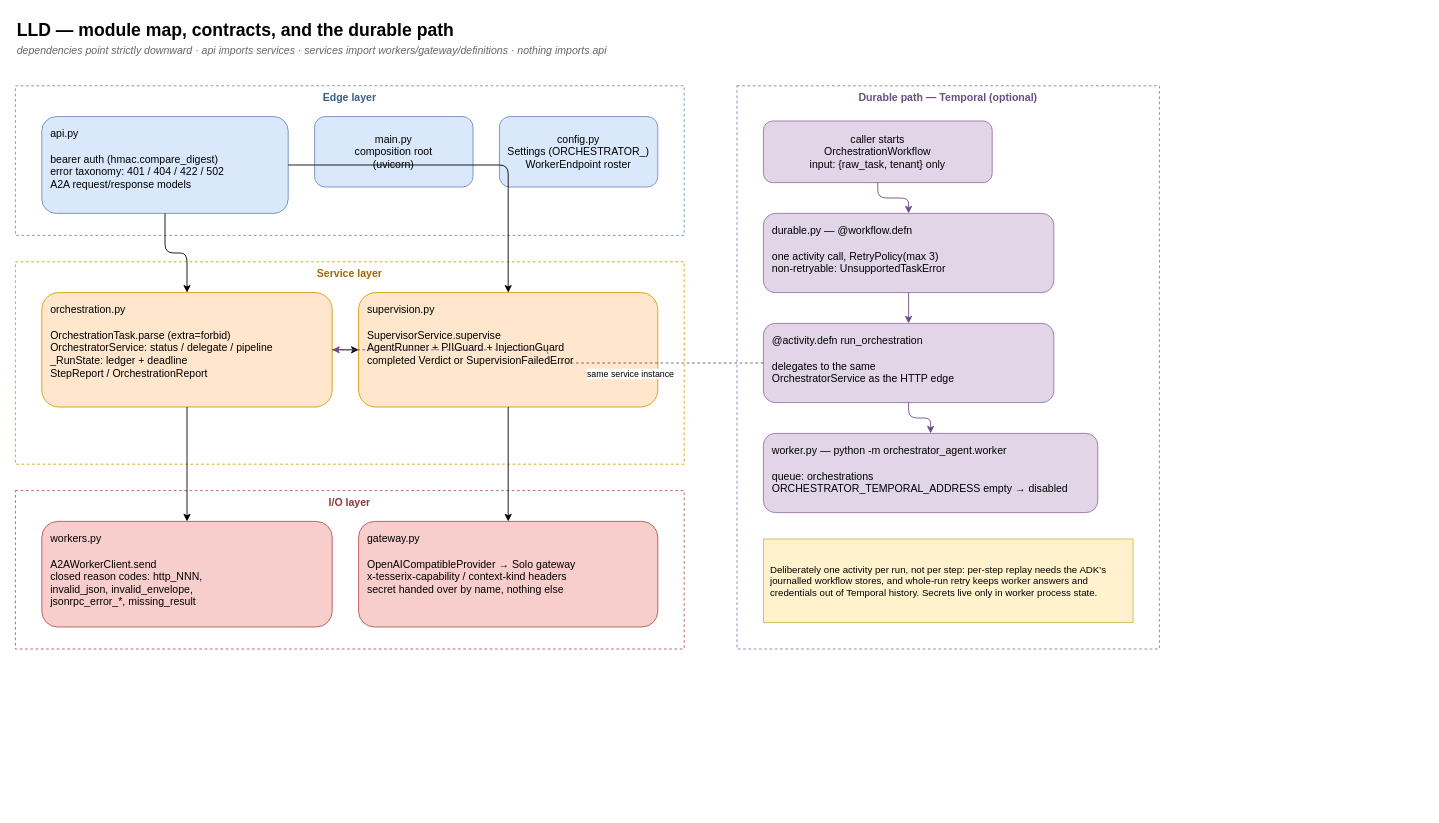
Earlier version of the draw.io diagram page "04 Modules and Durable Path" (4 of 4) of docs/diagrams/australis-orchestration.drawio (tesserix/australis). Source tidied: cells renumbered, new cells numbered last; positions are measured from the earlier drawing's top-left corner, leaving out a move shared by most shapes. Both pictures are drawn from the tidied source at 88%, with x=0, y=0 at pixel (15, 15).
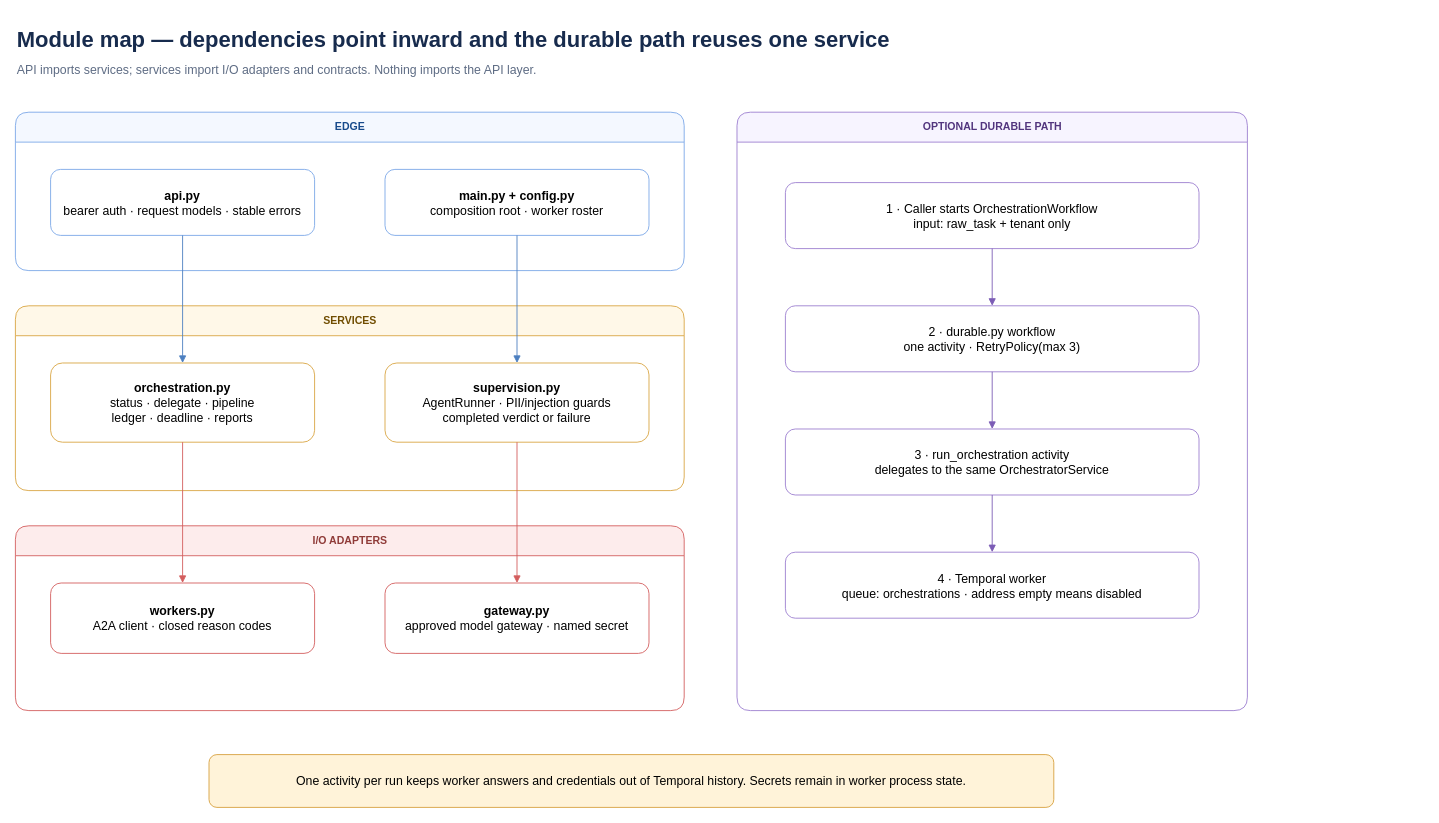
Above is the later version.

Commit message (it also covers changes not shown here):
docs: refine architecture and orchestration diagrams (#27)

What changed in the source:
```diff
@@
-    <mxCell id="2" value="LLD — module map, contracts, and the durable path" style="text;html=1;strokeColor=none;fillColor=none;align=left;verticalAlign=middle;fontSize=20;fontStyle=1;" parent="1" vertex="1">
-      <mxGeometry width="1200" height="32" as="geometry" />
-    </mxCell>
-    <mxCell id="3" value="dependencies point strictly downward · api imports services · services import workers/gateway/definitions · nothing imports api" style="text;html=1;strokeColor=none;fillColor=none;align=left;verticalAlign=middle;fontSize=12;fontStyle=2;fontColor=#666666;" parent="1" vertex="1">
-      <mxGeometry y="30" width="1600" height="20" as="geometry" />
-    </mxCell>
-    <mxCell id="4" value="Edge layer" style="rounded=0;whiteSpace=wrap;html=1;fillColor=none;strokeColor=#6c8ebf;dashed=1;verticalAlign=top;fontStyle=1;fontColor=#3b5c8a;" parent="1" vertex="1">
-      <mxGeometry y="80" width="760" height="170" as="geometry" />
-    </mxCell>
-    <mxCell id="5" value="api.py&#10;&#10;bearer auth (hmac.compare_digest)&#10;error taxonomy: 401 / 404 / 422 / 502&#10;A2A request/response models" style="rounded=1;whiteSpace=wrap;html=1;fillColor=#dae8fc;strokeColor=#6c8ebf;verticalAlign=top;spacingTop=6;align=left;spacingLeft=8;" parent="1" vertex="1">
-      <mxGeometry x="30" y="115" width="280" height="110" as="geometry" />
-    </mxCell>
-    <mxCell id="6" value="main.py&#10;composition root&#10;(uvicorn)" style="rounded=1;whiteSpace=wrap;html=1;fillColor=#dae8fc;strokeColor=#6c8ebf;" parent="1" vertex="1">
-      <mxGeometry x="340" y="115" width="180" height="80" as="geometry" />
-    </mxCell>
-    <mxCell id="7" value="config.py&#10;Settings (ORCHESTRATOR_)&#10;WorkerEndpoint roster" style="rounded=1;whiteSpace=wrap;html=1;fillColor=#dae8fc;strokeColor=#6c8ebf;" parent="1" vertex="1">
-      <mxGeometry x="550" y="115" width="180" height="80" as="geometry" />
-    </mxCell>
-    <mxCell id="8" value="Service layer" style="rounded=0;whiteSpace=wrap;html=1;fillColor=none;strokeColor=#d79b00;dashed=1;verticalAlign=top;fontStyle=1;fontColor=#a06800;" parent="1" vertex="1">
-      <mxGeometry y="280" width="760" height="230" as="geometry" />
-    </mxCell>
-    <mxCell id="9" value="orchestration.py&#10;&#10;OrchestrationTask.parse (extra=forbid)&#10;OrchestratorService: status / delegate / pipeline&#10;_RunState: ledger + deadline&#10;StepReport / OrchestrationReport" style="rounded=1;whiteSpace=wrap;html=1;fillColor=#ffe6cc;strokeColor=#d79b00;verticalAlign=top;spacingTop=6;align=left;spacingLeft=8;" parent="1" vertex="1">
-      <mxGeometry x="30" y="315" width="330" height="130" as="geometry" />
-    </mxCell>
-    <mxCell id="10" value="supervision.py&#10;&#10;SupervisorService.supervise&#10;AgentRunner + PIIGuard + InjectionGuard&#10;completed Verdict or SupervisionFailedError" style="rounded=1;whiteSpace=wrap;html=1;fillColor=#ffe6cc;strokeColor=#d79b00;verticalAlign=top;spacingTop=6;align=left;spacingLeft=8;" parent="1" vertex="1">
-      <mxGeometry x="390" y="315" width="340" height="130" as="geometry" />
-    </mxCell>
-    <mxCell id="11" value="I/O layer" style="rounded=0;whiteSpace=wrap;html=1;fillColor=none;strokeColor=#b85450;dashed=1;verticalAlign=top;fontStyle=1;fontColor=#8f3b38;" parent="1" vertex="1">
-      <mxGeometry y="540" width="760" height="180" as="geometry" />
-    </mxCell>
-    <mxCell id="12" value="workers.py&#10;&#10;A2AWorkerClient.send&#10;closed reason codes: http_NNN,&#10;invalid_json, invalid_envelope,&#10;jsonrpc_error_*, missing_result" style="rounded=1;whiteSpace=wrap;html=1;fillColor=#f8cecc;strokeColor=#b85450;verticalAlign=top;spacingTop=6;align=left;spacingLeft=8;" parent="1" vertex="1">
-      <mxGeometry x="30" y="575" width="330" height="120" as="geometry" />
-    </mxCell>
-    <mxCell id="13" value="gateway.py&#10;&#10;OpenAICompatibleProvider → Solo gateway&#10;x-tesserix-capability / context-kind headers&#10;secret handed over by name, nothing else" style="rounded=1;whiteSpace=wrap;html=1;fillColor=#f8cecc;strokeColor=#b85450;verticalAlign=top;spacingTop=6;align=left;spacingLeft=8;" parent="1" vertex="1">
-      <mxGeometry x="390" y="575" width="340" height="120" as="geometry" />
-    </mxCell>
-    <mxCell id="14" value="Durable path — Temporal (optional)" style="rounded=0;whiteSpace=wrap;html=1;fillColor=none;strokeColor=#9673a6;dashed=1;verticalAlign=top;fontStyle=1;fontColor=#6b4c85;" parent="1" vertex="1">
-      <mxGeometry x="820" y="80" width="480" height="640" as="geometry" />
-    </mxCell>
-    <mxCell id="15" value="caller starts&#10;OrchestrationWorkflow&#10;input: {raw_task, tenant} only" style="rounded=1;whiteSpace=wrap;html=1;fillColor=#e1d5e7;strokeColor=#9673a6;" parent="1" vertex="1">
-      <mxGeometry x="850" y="120" width="260" height="70" as="geometry" />
-    </mxCell>
-    <mxCell id="16" value="durable.py — @workflow.defn&#10;&#10;one activity call, RetryPolicy(max 3)&#10;non-retryable: UnsupportedTaskError" style="rounded=1;whiteSpace=wrap;html=1;fillColor=#e1d5e7;strokeColor=#9673a6;verticalAlign=top;spacingTop=6;align=left;spacingLeft=8;" parent="1" vertex="1">
-      <mxGeometry x="850" y="225" width="330" height="90" as="geometry" />
-    </mxCell>
-    <mxCell id="17" value="@activity.defn run_orchestration&#10;&#10;delegates to the same&#10;OrchestratorService as the HTTP edge" style="rounded=1;whiteSpace=wrap;html=1;fillColor=#e1d5e7;strokeColor=#9673a6;verticalAlign=top;spacingTop=6;align=left;spacingLeft=8;" parent="1" vertex="1">
-      <mxGeometry x="850" y="350" width="330" height="90" as="geometry" />
-    </mxCell>
-    <mxCell id="18" value="worker.py — python -m orchestrator_agent.worker&#10;&#10;queue: orchestrations&#10;ORCHESTRATOR_TEMPORAL_ADDRESS empty → disabled" style="rounded=1;whiteSpace=wrap;html=1;fillColor=#e1d5e7;strokeColor=#9673a6;verticalAlign=top;spacingTop=6;align=left;spacingLeft=8;" parent="1" vertex="1">
-      <mxGeometry x="850" y="475" width="380" height="90" as="geometry" />
-    </mxCell>
-    <mxCell id="19" value="Deliberately one activity per run, not per step: per-step replay needs the ADK's journalled workflow stores, and whole-run retry keeps worker answers and credentials out of Temporal history. Secrets live only in worker process state." style="rounded=0;whiteSpace=wrap;html=1;fillColor=#fff2cc;strokeColor=#d6b656;align=left;spacing=8;fontSize=11;" parent="1" vertex="1">
-      <mxGeometry x="850" y="595" width="420" height="95" as="geometry" />
-    </mxCell>
-    <mxCell id="20" style="edgeStyle=orthogonalEdgeStyle;rounded=1;html=1;" parent="1" edge="1" source="5" target="9">
-      <mxGeometry relative="1" as="geometry" />
-    </mxCell>
-    <mxCell id="21" style="edgeStyle=orthogonalEdgeStyle;rounded=1;html=1;" parent="1" edge="1" source="5" target="10">
-      <mxGeometry relative="1" as="geometry" />
-    </mxCell>
-    <mxCell id="22" style="edgeStyle=orthogonalEdgeStyle;rounded=1;html=1;" parent="1" edge="1" source="9" target="12">
-      <mxGeometry relative="1" as="geometry" />
-    </mxCell>
-    <mxCell id="23" style="edgeStyle=orthogonalEdgeStyle;rounded=1;html=1;" parent="1" edge="1" source="9" target="10">
-      <mxGeometry relative="1" as="geometry" />
-    </mxCell>
-    <mxCell id="24" style="edgeStyle=orthogonalEdgeStyle;rounded=1;html=1;" parent="1" edge="1" source="10" target="13">
-      <mxGeometry relative="1" as="geometry" />
-    </mxCell>
-    <mxCell id="25" style="edgeStyle=orthogonalEdgeStyle;rounded=1;html=1;strokeColor=#6b4c85;" parent="1" edge="1" source="15" target="16">
-      <mxGeometry relative="1" as="geometry" />
-    </mxCell>
-    <mxCell id="26" style="edgeStyle=orthogonalEdgeStyle;rounded=1;html=1;strokeColor=#6b4c85;" parent="1" edge="1" source="16" target="17">
-      <mxGeometry relative="1" as="geometry" />
-    </mxCell>
-    <mxCell id="27" style="edgeStyle=orthogonalEdgeStyle;rounded=1;html=1;strokeColor=#6b4c85;" parent="1" edge="1" source="17" target="18">
-      <mxGeometry relative="1" as="geometry" />
-    </mxCell>
-    <mxCell id="28" style="edgeStyle=orthogonalEdgeStyle;rounded=1;html=1;strokeColor=#6b4c85;dashed=1;" parent="1" edge="1" source="17" target="9">
-      <mxGeometry relative="1" as="geometry" />
-    </mxCell>
-    <mxCell id="29" value="same service instance" style="edgeLabel;html=1;fontSize=10;" parent="28" vertex="1">
-      <mxGeometry x="-0.2" relative="1" as="geometry" />
-    </mxCell>
+    <mxCell id="30" value="Module map — dependencies point inward and the durable path reuses one service" style="text;html=1;strokeColor=none;fillColor=none;fontSize=25;fontStyle=1;fontColor=#172B4D;" parent="1" vertex="1">
+      <mxGeometry y="5" width="1300" height="38" as="geometry" />
+    </mxCell>
+    <mxCell id="31" value="API imports services; services import I/O adapters and contracts. Nothing imports the API layer." style="text;html=1;strokeColor=none;fillColor=none;fontSize=14;fontColor=#5E6C84;" parent="1" vertex="1">
+      <mxGeometry y="47" width="1050" height="26" as="geometry" />
+    </mxCell>
+    <mxCell id="32" value="EDGE" style="swimlane;html=1;startSize=34;rounded=1;fillColor=#F4F8FF;strokeColor=#7AA7E8;fontColor=#174A8B;fontStyle=1;" parent="1" vertex="1">
+      <mxGeometry y="110" width="760" height="180" as="geometry" />
+    </mxCell>
+    <mxCell id="33" value="SERVICES" style="swimlane;html=1;startSize=34;rounded=1;fillColor=#FFF8E8;strokeColor=#D9A441;fontColor=#704D00;fontStyle=1;" parent="1" vertex="1">
+      <mxGeometry y="330" width="760" height="210" as="geometry" />
+    </mxCell>
+    <mxCell id="34" value="I/O ADAPTERS" style="swimlane;html=1;startSize=34;rounded=1;fillColor=#FDECEC;strokeColor=#D35D5D;fontColor=#8F3B38;fontStyle=1;" parent="1" vertex="1">
+      <mxGeometry y="580" width="760" height="210" as="geometry" />
+    </mxCell>
+    <mxCell id="35" value="OPTIONAL DURABLE PATH" style="swimlane;html=1;startSize=34;rounded=1;fillColor=#F7F4FF;strokeColor=#9B7ED0;fontColor=#52357E;fontStyle=1;" parent="1" vertex="1">
+      <mxGeometry x="820" y="110" width="580" height="680" as="geometry" />
+    </mxCell>
+    <mxCell id="36" value="&lt;b&gt;api.py&lt;/b&gt;&lt;br&gt;bearer auth · request models · stable errors" style="rounded=1;whiteSpace=wrap;html=1;fillColor=#FFFFFF;strokeColor=#7AA7E8;fontSize=14;" parent="1" vertex="1">
+      <mxGeometry x="40" y="175" width="300" height="75" as="geometry" />
+    </mxCell>
+    <mxCell id="37" value="&lt;b&gt;main.py + config.py&lt;/b&gt;&lt;br&gt;composition root · worker roster" style="rounded=1;whiteSpace=wrap;html=1;fillColor=#FFFFFF;strokeColor=#7AA7E8;fontSize=14;" parent="1" vertex="1">
+      <mxGeometry x="420" y="175" width="300" height="75" as="geometry" />
+    </mxCell>
+    <mxCell id="38" value="&lt;b&gt;orchestration.py&lt;/b&gt;&lt;br&gt;status · delegate · pipeline&lt;br&gt;ledger · deadline · reports" style="rounded=1;whiteSpace=wrap;html=1;fillColor=#FFFFFF;strokeColor=#D9A441;fontSize=14;" parent="1" vertex="1">
+      <mxGeometry x="40" y="395" width="300" height="90" as="geometry" />
+    </mxCell>
+    <mxCell id="39" value="&lt;b&gt;supervision.py&lt;/b&gt;&lt;br&gt;AgentRunner · PII/injection guards&lt;br&gt;completed verdict or failure" style="rounded=1;whiteSpace=wrap;html=1;fillColor=#FFFFFF;strokeColor=#D9A441;fontSize=14;" parent="1" vertex="1">
+      <mxGeometry x="420" y="395" width="300" height="90" as="geometry" />
+    </mxCell>
+    <mxCell id="40" value="&lt;b&gt;workers.py&lt;/b&gt;&lt;br&gt;A2A client · closed reason codes" style="rounded=1;whiteSpace=wrap;html=1;fillColor=#FFFFFF;strokeColor=#D35D5D;fontSize=14;" parent="1" vertex="1">
+      <mxGeometry x="40" y="645" width="300" height="80" as="geometry" />
+    </mxCell>
+    <mxCell id="41" value="&lt;b&gt;gateway.py&lt;/b&gt;&lt;br&gt;approved model gateway · named secret" style="rounded=1;whiteSpace=wrap;html=1;fillColor=#FFFFFF;strokeColor=#D35D5D;fontSize=14;" parent="1" vertex="1">
+      <mxGeometry x="420" y="645" width="300" height="80" as="geometry" />
+    </mxCell>
+    <mxCell id="42" value="1 · Caller starts OrchestrationWorkflow&lt;br&gt;input: raw_task + tenant only" style="rounded=1;whiteSpace=wrap;html=1;fillColor=#FFFFFF;strokeColor=#9B7ED0;fontSize=14;" parent="1" vertex="1">
+      <mxGeometry x="875" y="190" width="470" height="75" as="geometry" />
+    </mxCell>
+    <mxCell id="43" value="2 · durable.py workflow&lt;br&gt;one activity · RetryPolicy(max 3)" style="rounded=1;whiteSpace=wrap;html=1;fillColor=#FFFFFF;strokeColor=#9B7ED0;fontSize=14;" parent="1" vertex="1">
+      <mxGeometry x="875" y="330" width="470" height="75" as="geometry" />
+    </mxCell>
+    <mxCell id="44" value="3 · run_orchestration activity&lt;br&gt;delegates to the same OrchestratorService" style="rounded=1;whiteSpace=wrap;html=1;fillColor=#FFFFFF;strokeColor=#9B7ED0;fontSize=14;" parent="1" vertex="1">
+      <mxGeometry x="875" y="470" width="470" height="75" as="geometry" />
+    </mxCell>
+    <mxCell id="45" value="4 · Temporal worker&lt;br&gt;queue: orchestrations · address empty means disabled" style="rounded=1;whiteSpace=wrap;html=1;fillColor=#FFFFFF;strokeColor=#9B7ED0;fontSize=14;" parent="1" vertex="1">
+      <mxGeometry x="875" y="610" width="470" height="75" as="geometry" />
+    </mxCell>
+    <mxCell id="46" value="One activity per run keeps worker answers and credentials out of Temporal history. Secrets remain in worker process state." style="rounded=1;whiteSpace=wrap;html=1;fillColor=#FFF3D9;strokeColor=#D6A03D;fontSize=14;" parent="1" vertex="1">
+      <mxGeometry x="220" y="840" width="960" height="60" as="geometry" />
+    </mxCell>
+    <mxCell id="47" style="edgeStyle=orthogonalEdgeStyle;html=1;endArrow=block;strokeColor=#4C7FC0;" parent="1" edge="1" source="36" target="38">
+      <mxGeometry relative="1" as="geometry" />
+    </mxCell>
+    <mxCell id="48" style="edgeStyle=orthogonalEdgeStyle;html=1;endArrow=block;strokeColor=#4C7FC0;" parent="1" edge="1" source="37" target="39">
+      <mxGeometry relative="1" as="geometry" />
+    </mxCell>
+    <mxCell id="49" style="edgeStyle=orthogonalEdgeStyle;html=1;endArrow=block;strokeColor=#D35D5D;" parent="1" edge="1" source="38" target="40">
+      <mxGeometry relative="1" as="geometry" />
+    </mxCell>
+    <mxCell id="50" style="edgeStyle=orthogonalEdgeStyle;html=1;endArrow=block;strokeColor=#D35D5D;" parent="1" edge="1" source="39" target="41">
+      <mxGeometry relative="1" as="geometry" />
+    </mxCell>
+    <mxCell id="51" style="edgeStyle=orthogonalEdgeStyle;html=1;endArrow=block;strokeColor=#7B5CB5;" parent="1" edge="1" source="42" target="43">
+      <mxGeometry relative="1" as="geometry" />
+    </mxCell>
+    <mxCell id="52" style="edgeStyle=orthogonalEdgeStyle;html=1;endArrow=block;strokeColor=#7B5CB5;" parent="1" edge="1" source="43" target="44">
+      <mxGeometry relative="1" as="geometry" />
+    </mxCell>
+    <mxCell id="53" style="edgeStyle=orthogonalEdgeStyle;html=1;endArrow=block;strokeColor=#7B5CB5;" parent="1" edge="1" source="44" target="45">
+      <mxGeometry relative="1" as="geometry" />
+    </mxCell>
```
